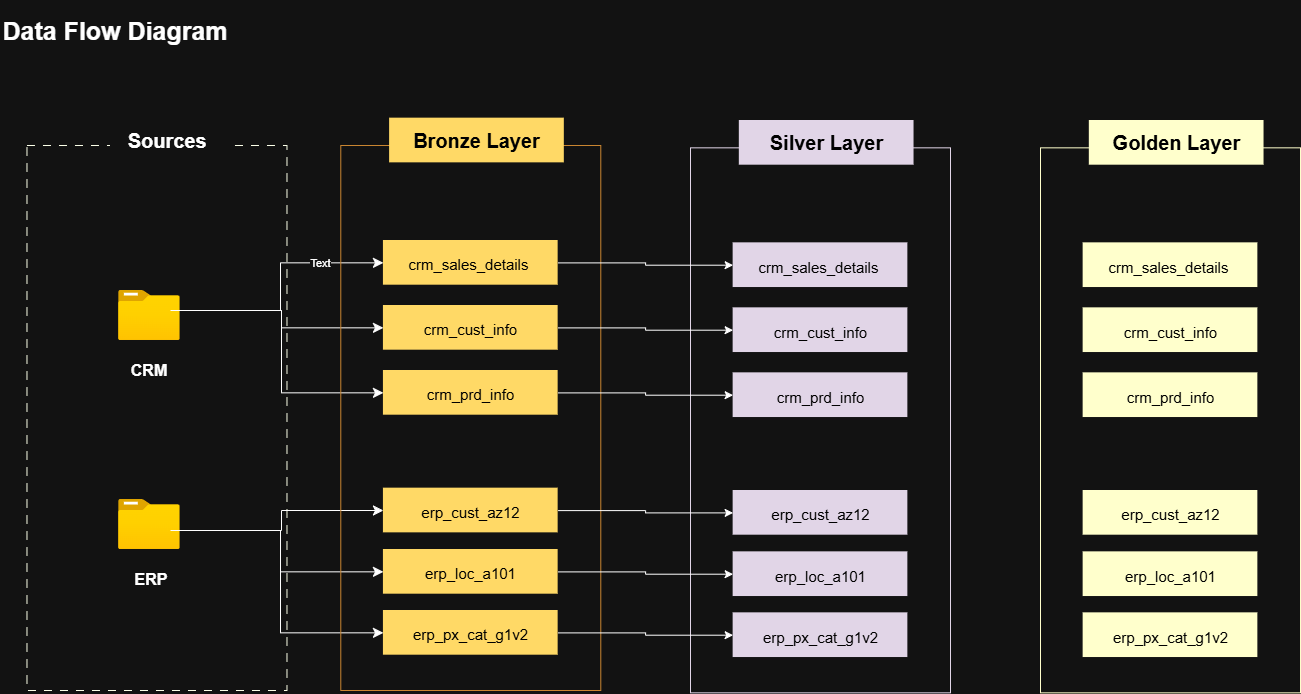
This is imgs/DataFlow.png from LujainY2/DM, a draw.io export, as it was before one commit. Source tidied: cells renumbered, new cells last; positions are measured from the earlier drawing's top-left corner, leaving out a move shared by most shapes.
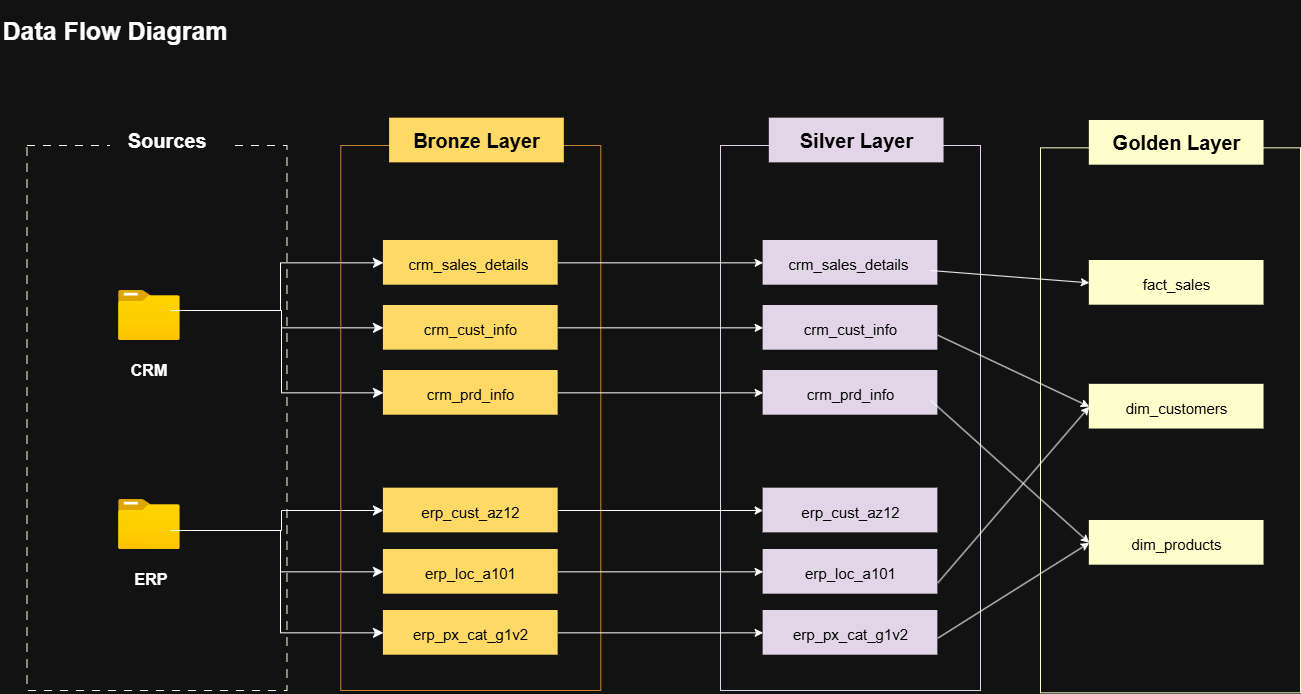
The same file after the commit.

What changed in the source:
```diff
@@ -68,11 +68,8 @@
         </Array>
       </mxGeometry>
     </mxCell>
-    <mxCell id="17" value="Text" style="edgeLabel;html=1;align=center;verticalAlign=middle;" parent="16" vertex="1">
-      <mxGeometry x="0.51" relative="1" as="geometry" />
-    </mxCell>
     <mxCell id="18" style="group;" parent="1" vertex="1">
-      <mxGeometry x="690" y="120" width="260" height="572.3" as="geometry" />
+      <mxGeometry x="720" y="117.7" width="260" height="572.3" as="geometry" />
     </mxCell>
     <mxCell id="19" style="rounded=0;whiteSpace=wrap;html=1;fontSize=24;strokeColor=light-dark(#DAE8FC,#E1D5E7);fillColor=none;" parent="18" vertex="1">
       <mxGeometry y="27.3" width="260" height="545" as="geometry" />
@@ -98,6 +95,31 @@
     <mxCell id="26" value="&lt;span style=&quot;font-size: 15px;&quot;&gt;erp_px_cat_g1v2&lt;/span&gt;" style="rounded=0;whiteSpace=wrap;html=1;fontSize=24;strokeColor=none;fillColor=light-dark(#DAE8FC,#E1D5E7);fontColor=light-dark(#000000,#000000);" parent="18" vertex="1">
       <mxGeometry x="42.6" y="492.3" width="174.7" height="44.7" as="geometry" />
     </mxCell>
+    <mxCell id="51" style="endArrow=classic;html=1;rounded=0;entryX=0;entryY=0.5;entryDx=0;entryDy=0;" parent="18" edge="1" target="47">
+      <mxGeometry relative="1" as="geometry">
+        <mxPoint x="217.4" y="520" as="sourcePoint" />
+      </mxGeometry>
+    </mxCell>
+    <mxCell id="52" style="endArrow=classic;html=1;rounded=0;entryX=0;entryY=0.5;entryDx=0;entryDy=0;" parent="18" edge="1" target="47">
+      <mxGeometry relative="1" as="geometry">
+        <mxPoint x="210" y="282" as="sourcePoint" />
+      </mxGeometry>
+    </mxCell>
+    <mxCell id="53" style="endArrow=classic;html=1;rounded=0;entryX=0;entryY=0.5;entryDx=0;entryDy=0;" parent="18" edge="1" target="46">
+      <mxGeometry relative="1" as="geometry">
+        <mxPoint x="217.4" y="464.7" as="sourcePoint" />
+      </mxGeometry>
+    </mxCell>
+    <mxCell id="54" style="endArrow=classic;html=1;rounded=0;entryX=0;entryY=0.5;entryDx=0;entryDy=0;" parent="18" edge="1" target="46">
+      <mxGeometry relative="1" as="geometry">
+        <mxPoint x="217.4" y="217" as="sourcePoint" />
+      </mxGeometry>
+    </mxCell>
+    <mxCell id="55" style="endArrow=classic;html=1;rounded=0;entryX=0;entryY=0.5;entryDx=0;entryDy=0;" parent="18" edge="1" target="45">
+      <mxGeometry relative="1" as="geometry">
+        <mxPoint x="210" y="152.3" as="sourcePoint" />
+      </mxGeometry>
+    </mxCell>
     <mxCell id="27" style="group;" parent="1" vertex="1">
       <mxGeometry x="340.3" y="117.7" width="260" height="572.3" as="geometry" />
     </mxCell>
@@ -152,23 +174,14 @@
     <mxCell id="44" value="&lt;b style=&quot;&quot;&gt;&lt;font style=&quot;font-size: 20px;&quot;&gt;Golden Layer&lt;/font&gt;&lt;/b&gt;" style="rounded=0;whiteSpace=wrap;html=1;fontSize=24;strokeColor=none;fillColor=light-dark(#DAE8FC,#FFFFCC);fontColor=light-dark(#000000,#000000);" parent="42" vertex="1">
       <mxGeometry x="48.8" width="174.7" height="44.7" as="geometry" />
     </mxCell>
-    <mxCell id="45" value="&lt;font style=&quot;font-size: 15px;&quot;&gt;crm_sales_details&amp;nbsp;&lt;/font&gt;" style="rounded=0;whiteSpace=wrap;html=1;fontSize=24;strokeColor=none;fillColor=light-dark(#DAE8FC,#FFFFCC);fontColor=light-dark(#000000,#000000);" parent="42" vertex="1">
-      <mxGeometry x="42.6" y="122.3" width="174.7" height="44.7" as="geometry" />
+    <mxCell id="45" value="&lt;font style=&quot;font-size: 15px;&quot;&gt;fact_sales&lt;/font&gt;" style="rounded=0;whiteSpace=wrap;html=1;fontSize=24;strokeColor=none;fillColor=light-dark(#DAE8FC,#FFFFCC);fontColor=light-dark(#000000,#000000);" parent="42" vertex="1">
+      <mxGeometry x="48.8" y="140" width="174.7" height="44.7" as="geometry" />
     </mxCell>
-    <mxCell id="46" value="&lt;font style=&quot;font-size: 15px;&quot;&gt;crm_cust_info&lt;/font&gt;" style="rounded=0;whiteSpace=wrap;html=1;fontSize=24;strokeColor=none;fillColor=light-dark(#DAE8FC,#FFFFCC);fontColor=light-dark(#000000,#000000);" parent="42" vertex="1">
-      <mxGeometry x="42.6" y="187.3" width="174.7" height="44.7" as="geometry" />
+    <mxCell id="46" value="&lt;font style=&quot;font-size: 15px;&quot;&gt;dim_customers&lt;/font&gt;" style="rounded=0;whiteSpace=wrap;html=1;fontSize=24;strokeColor=none;fillColor=light-dark(#DAE8FC,#FFFFCC);fontColor=light-dark(#000000,#000000);" parent="42" vertex="1">
+      <mxGeometry x="48.8" y="263.8" width="174.7" height="44.7" as="geometry" />
     </mxCell>
-    <mxCell id="47" value="&lt;font style=&quot;font-size: 15px;&quot;&gt;crm_prd&lt;/font&gt;&lt;span style=&quot;font-size: 15px; background-color: transparent;&quot;&gt;_info&lt;/span&gt;" style="rounded=0;whiteSpace=wrap;html=1;fontSize=24;strokeColor=none;fillColor=light-dark(#DAE8FC,#FFFFCC);fontColor=light-dark(#000000,#000000);" parent="42" vertex="1">
-      <mxGeometry x="42.6" y="252.3" width="174.7" height="44.7" as="geometry" />
+    <mxCell id="47" value="&lt;span style=&quot;font-size: 15px;&quot;&gt;dim_products&lt;/span&gt;" style="rounded=0;whiteSpace=wrap;html=1;fontSize=24;strokeColor=none;fillColor=light-dark(#DAE8FC,#FFFFCC);fontColor=light-dark(#000000,#000000);" parent="42" vertex="1">
+      <mxGeometry x="48.8" y="400" width="174.7" height="44.7" as="geometry" />
     </mxCell>
-    <mxCell id="48" value="&lt;span style=&quot;font-size: 15px;&quot;&gt;erp_cust_az12&lt;/span&gt;" style="rounded=0;whiteSpace=wrap;html=1;fontSize=24;strokeColor=none;fillColor=light-dark(#DAE8FC,#FFFFCC);fontColor=light-dark(#000000,#000000);" parent="42" vertex="1">
-      <mxGeometry x="42.6" y="370" width="174.7" height="44.7" as="geometry" />
-    </mxCell>
-    <mxCell id="49" value="&lt;span style=&quot;font-size: 15px;&quot;&gt;erp_loc_a101&lt;/span&gt;" style="rounded=0;whiteSpace=wrap;html=1;fontSize=24;strokeColor=none;fillColor=light-dark(#DAE8FC,#FFFFCC);fontColor=light-dark(#000000,#000000);" parent="42" vertex="1">
-      <mxGeometry x="42.6" y="431.3" width="174.7" height="44.7" as="geometry" />
-    </mxCell>
-    <mxCell id="50" value="&lt;span style=&quot;font-size: 15px;&quot;&gt;erp_px_cat_g1v2&lt;/span&gt;" style="rounded=0;whiteSpace=wrap;html=1;fontSize=24;strokeColor=none;fillColor=light-dark(#DAE8FC,#FFFFCC);fontColor=light-dark(#000000,#000000);" parent="42" vertex="1">
-      <mxGeometry x="42.6" y="492.3" width="174.7" height="44.7" as="geometry" />
-    </mxCell>
   </root>
 </mxGraphModel>
```
